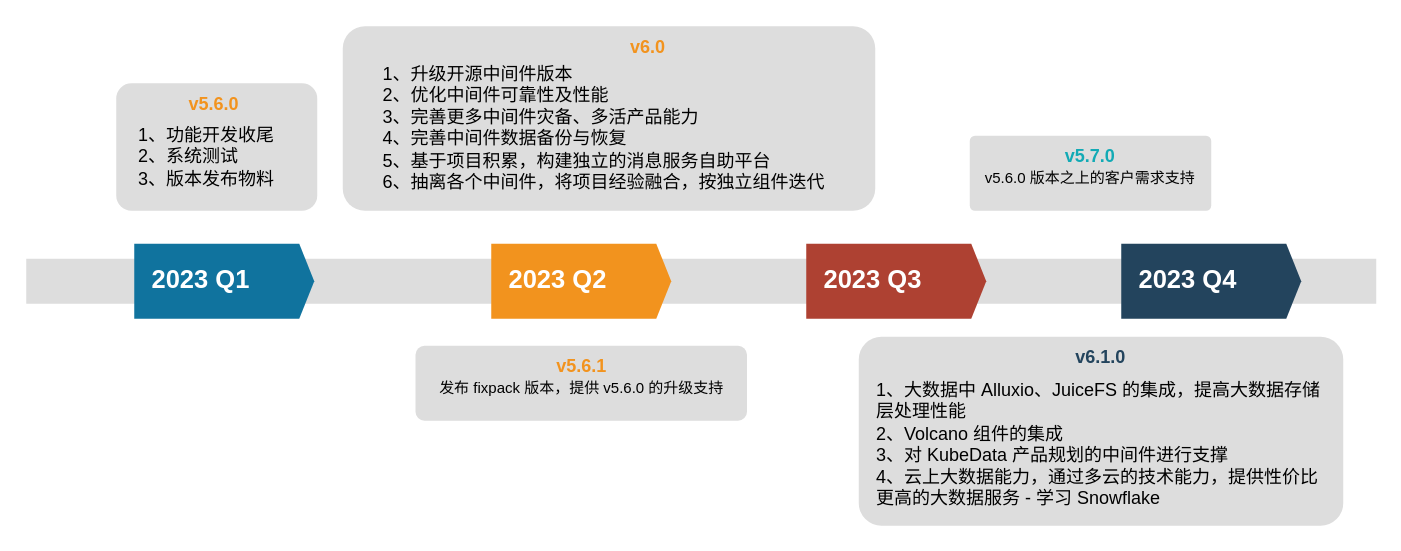
The draw.io diagram TMS-roadmap.drawio in wangjinxiu/draw.io, before the edit. Source tidied: cells renumbered, new cells numbered last; positions are measured from the earlier drawing's top-left corner, leaving out a move shared by most shapes. Both pictures are drawn from the tidied source at 150%, with x=0, y=0 at pixel (26, 26).
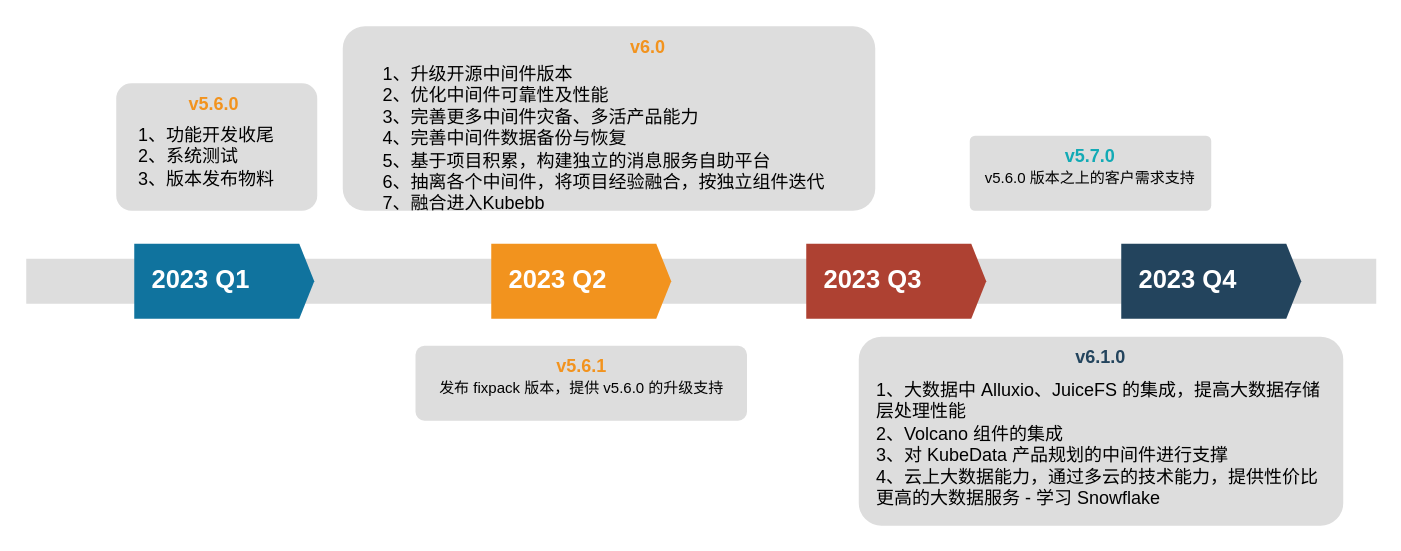
After the change.

What changed in the source:
```diff
@@
 <mxGraphModel>
   <root>
     <mxCell id="0" />
     <mxCell id="1" parent="0" />
     <mxCell id="2" style="fillColor=#dddddd;rounded=0;strokeColor=none;" parent="1" vertex="1">
       <mxGeometry y="155" width="900" height="30" as="geometry" />
     </mxCell>
     <mxCell id="3" value="2023 Q1" style="shape=mxgraph.infographic.ribbonSimple;notch1=0;notch2=10;notch=0;html=1;fillColor=#10739E;strokeColor=none;shadow=0;fontSize=17;fontColor=#FFFFFF;align=left;spacingLeft=10;fontStyle=1;" parent="1" vertex="1">
       <mxGeometry x="72" y="145" width="120" height="50" as="geometry" />
     </mxCell>
     <mxCell id="4" value="2023 Q2" style="shape=mxgraph.infographic.ribbonSimple;notch1=0;notch2=10;notch=0;html=1;fillColor=#F2931E;strokeColor=none;shadow=0;fontSize=17;fontColor=#FFFFFF;align=left;spacingLeft=10;fontStyle=1;" parent="1" vertex="1">
       <mxGeometry x="310" y="145" width="120" height="50" as="geometry" />
     </mxCell>
     <mxCell id="5" value="2023 Q3" style="shape=mxgraph.infographic.ribbonSimple;notch1=0;notch2=10;notch=0;html=1;fillColor=#AE4132;strokeColor=none;shadow=0;fontSize=17;fontColor=#FFFFFF;align=left;spacingLeft=10;fontStyle=1;" parent="1" vertex="1">
       <mxGeometry x="520" y="145" width="120" height="50" as="geometry" />
     </mxCell>
     <mxCell id="6" value="2023 Q4" style="shape=mxgraph.infographic.ribbonSimple;notch1=0;notch2=10;notch=0;html=1;fillColor=#23445D;strokeColor=none;shadow=0;fontSize=17;fontColor=#FFFFFF;align=left;spacingLeft=10;fontStyle=1;" parent="1" vertex="1">
       <mxGeometry x="730" y="145" width="120" height="50" as="geometry" />
     </mxCell>
     <mxCell id="7" value="&lt;font style=&quot;font-size: 10px&quot;&gt;&lt;font style=&quot;font-size: 12px&quot; color=&quot;#23445D&quot;&gt;&lt;b&gt;v6.1.0&lt;/b&gt;&lt;/font&gt;&lt;br&gt;&lt;br&gt;&lt;br&gt;&lt;/font&gt;" style="rounded=1;strokeColor=none;fillColor=#DDDDDD;align=center;arcSize=12;verticalAlign=top;whiteSpace=wrap;html=1;fontSize=12;" parent="1" vertex="1">
       <mxGeometry x="555" y="207" width="323" height="126" as="geometry" />
     </mxCell>
     <mxCell id="8" value="1、大数据中 Alluxio、JuiceFS 的集成，提高大数据存储层处理性能&lt;br&gt;2、Volcano 组件的集成&lt;br&gt;3、对 KubeData 产品规划的中间件进行支撑&lt;br&gt;4、云上大数据能力，通过多云的技术能力，提供性价比更高的大数据服务 - 学习 Snowflake" style="text;html=1;whiteSpace=wrap;" parent="1" vertex="1">
       <mxGeometry x="565" y="229" width="302" height="95" as="geometry" />
     </mxCell>
     <mxCell id="9" value="&lt;b style=&quot;color: rgb(242 , 147 , 30)&quot;&gt;&amp;nbsp; &amp;nbsp; &amp;nbsp; &amp;nbsp; &amp;nbsp; &amp;nbsp; &amp;nbsp; &amp;nbsp; &amp;nbsp; &amp;nbsp; &amp;nbsp; &amp;nbsp; &amp;nbsp; &amp;nbsp; &amp;nbsp; &amp;nbsp; &amp;nbsp; &amp;nbsp; &amp;nbsp; &amp;nbsp; &amp;nbsp; &amp;nbsp; &amp;nbsp; &amp;nbsp; &amp;nbsp; &amp;nbsp; &amp;nbsp; &amp;nbsp; &amp;nbsp;v6.0&lt;/b&gt;&lt;font color=&quot;#10739e&quot;&gt;&lt;span&gt;&lt;br&gt;&lt;br&gt;&lt;/span&gt;&lt;br&gt;&lt;/font&gt;" style="rounded=1;strokeColor=none;fillColor=#DDDDDD;align=left;arcSize=12;verticalAlign=top;whiteSpace=wrap;html=1;fontSize=12;fontStyle=1;" parent="1" vertex="1">
       <mxGeometry x="211" width="355" height="123" as="geometry" />
     </mxCell>
-    <mxCell id="10" value="1、升级开源中间件版本&lt;br&gt;2、优化中间件可靠性及性能&lt;br&gt;&lt;div&gt;3、完善更多中间件灾备、多活产品能力&lt;/div&gt;&lt;div&gt;&lt;/div&gt;4、完善中间件数据备份与恢复&lt;br&gt;5、基于项目积累，构建独立的消息服务自助平台&lt;br&gt;6、抽离各个中间件，将项目经验融合，按独立组件迭代" style="text;html=1;" parent="1" vertex="1">
+    <mxCell id="10" value="1、升级开源中间件版本&lt;br&gt;2、优化中间件可靠性及性能&lt;br&gt;&lt;div&gt;3、完善更多中间件灾备、多活产品能力&lt;/div&gt;&lt;div&gt;&lt;/div&gt;4、完善中间件数据备份与恢复&lt;br&gt;5、基于项目积累，构建独立的消息服务自助平台&lt;br&gt;6、抽离各个中间件，将项目经验融合，按独立组件迭代&lt;br&gt;7、融合进入Kubebb" style="text;html=1;" parent="1" vertex="1">
       <mxGeometry x="236" y="18" width="344" height="97" as="geometry" />
     </mxCell>
     <mxCell id="11" value="&lt;b style=&quot;color: rgb(242 , 147 , 30)&quot;&gt;&amp;nbsp; &amp;nbsp; &amp;nbsp; &amp;nbsp; &amp;nbsp; &amp;nbsp; &amp;nbsp; v5.6.0&lt;/b&gt;&lt;font color=&quot;#10739e&quot;&gt;&lt;span&gt;&lt;br&gt;&lt;/span&gt;&lt;br&gt;&lt;/font&gt;" style="rounded=1;strokeColor=none;fillColor=#DDDDDD;align=left;arcSize=12;verticalAlign=top;whiteSpace=wrap;html=1;fontSize=12;fontStyle=1;" parent="1" vertex="1">
       <mxGeometry x="60" y="38" width="134" height="85" as="geometry" />
     </mxCell>
     <mxCell id="12" value="1、功能开发收尾&lt;br&gt;2、系统测试&lt;br&gt;3、版本发布物料" style="text;html=1;" parent="1" vertex="1">
       <mxGeometry x="73" y="59" width="108" height="56" as="geometry" />
     </mxCell>
     <mxCell id="13" value="&lt;font style=&quot;font-size: 10px&quot;&gt;&lt;font style=&quot;font-size: 12px&quot; color=&quot;#12AAB5&quot;&gt;&lt;b&gt;v5.7.0&lt;/b&gt;&lt;/font&gt;&lt;br&gt;v5.6.0 版本之上的客户需求支持&lt;br&gt;&lt;/font&gt;" style="rounded=1;strokeColor=none;fillColor=#DDDDDD;align=center;arcSize=7;verticalAlign=top;whiteSpace=wrap;html=1;fontSize=12;" parent="1" vertex="1">
       <mxGeometry x="629" y="73" width="161" height="50" as="geometry" />
     </mxCell>
     <mxCell id="14" value="&lt;font style=&quot;font-size: 10px&quot;&gt;&lt;font style=&quot;font-size: 12px&quot; color=&quot;#F2931E&quot;&gt;&lt;b&gt;v5.6.1&lt;br&gt;&lt;/b&gt;&lt;/font&gt;发布 fixpack 版本，提供 v5.6.0 的升级支持&lt;br&gt;&lt;/font&gt;" style="rounded=1;strokeColor=none;fillColor=#DDDDDD;align=center;arcSize=12;verticalAlign=top;whiteSpace=wrap;html=1;fontSize=12;" parent="1" vertex="1">
       <mxGeometry x="259.5" y="213" width="221" height="50" as="geometry" />
     </mxCell>
   </root>
 </mxGraphModel>
```
